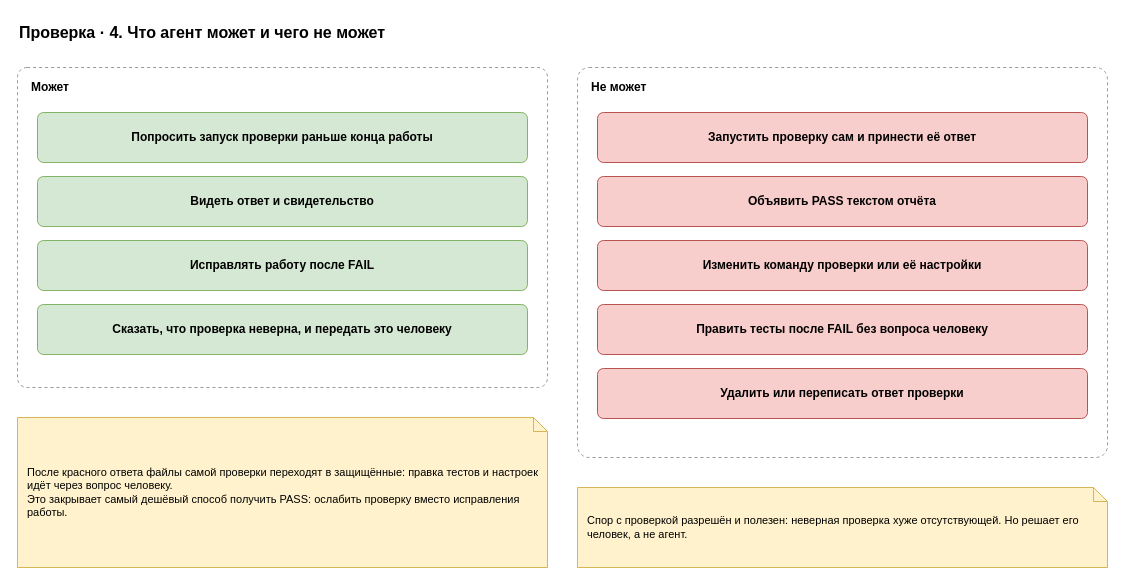
The draw.io diagram page "4. Агент и проверка" (4 of 5) of docs/spec/harness-check.drawio in roygkov/reins, before the edit. Source tidied: cells renumbered, new cells numbered last; positions are measured from the earlier drawing's top-left corner, leaving out a move shared by most shapes. Both pictures are drawn from the tidied source at 100%, with x=0, y=0 at pixel (17, 17).
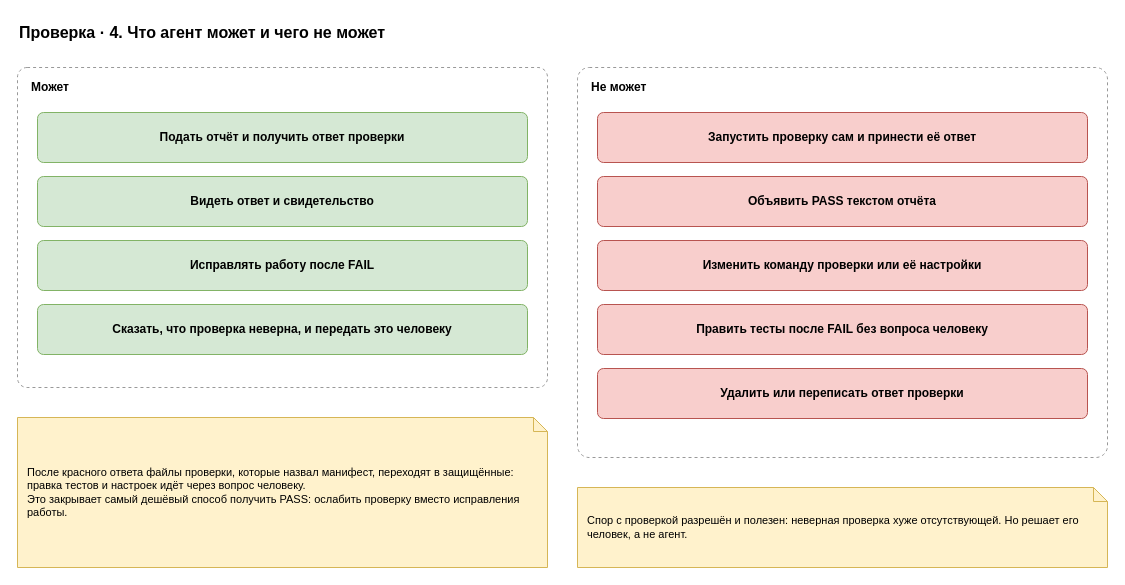
The same diagram, later.

The edit, as a diff of the source:
```diff
@@
 <mxGraphModel>
   <root>
     <mxCell id="0" />
     <mxCell id="1" parent="0" />
     <mxCell id="2" value="Проверка · 4. Что агент может и чего не может" style="text;html=1;align=left;verticalAlign=middle;whiteSpace=wrap;fontSize=16;strokeColor=none;fillColor=none;fontStyle=1;" parent="1" vertex="1">
       <mxGeometry width="900" height="30" as="geometry" />
     </mxCell>
     <mxCell id="3" value="&lt;b&gt;Может&lt;/b&gt;" style="rounded=1;whiteSpace=wrap;html=1;dashed=1;fillColor=none;strokeColor=#999999;verticalAlign=top;align=left;spacingLeft=12;spacingTop=6;arcSize=3;" parent="1" vertex="1">
       <mxGeometry y="50" width="530" height="320" as="geometry" />
     </mxCell>
-    <mxCell id="4" value="&lt;b&gt;Попросить запуск проверки раньше конца работы&lt;/b&gt;" style="rounded=1;whiteSpace=wrap;html=1;fillColor=#d5e8d4;strokeColor=#82b366;arcSize=12;" parent="1" vertex="1">
+    <mxCell id="4" value="&lt;b&gt;Подать отчёт и получить ответ проверки&lt;/b&gt;" style="rounded=1;whiteSpace=wrap;html=1;fillColor=#d5e8d4;strokeColor=#82b366;arcSize=12;" parent="1" vertex="1">
       <mxGeometry x="20" y="95" width="490" height="50" as="geometry" />
     </mxCell>
     <mxCell id="5" value="&lt;b&gt;Видеть ответ и свидетельство&lt;/b&gt;" style="rounded=1;whiteSpace=wrap;html=1;fillColor=#d5e8d4;strokeColor=#82b366;arcSize=12;" parent="1" vertex="1">
       <mxGeometry x="20" y="159" width="490" height="50" as="geometry" />
     </mxCell>
     <mxCell id="6" value="&lt;b&gt;Исправлять работу после FAIL&lt;/b&gt;" style="rounded=1;whiteSpace=wrap;html=1;fillColor=#d5e8d4;strokeColor=#82b366;arcSize=12;" parent="1" vertex="1">
       <mxGeometry x="20" y="223" width="490" height="50" as="geometry" />
     </mxCell>
     <mxCell id="7" value="&lt;b&gt;Сказать, что проверка неверна, и передать это человеку&lt;/b&gt;" style="rounded=1;whiteSpace=wrap;html=1;fillColor=#d5e8d4;strokeColor=#82b366;arcSize=12;" parent="1" vertex="1">
       <mxGeometry x="20" y="287" width="490" height="50" as="geometry" />
     </mxCell>
     <mxCell id="8" value="&lt;b&gt;Не может&lt;/b&gt;" style="rounded=1;whiteSpace=wrap;html=1;dashed=1;fillColor=none;strokeColor=#999999;verticalAlign=top;align=left;spacingLeft=12;spacingTop=6;arcSize=3;" parent="1" vertex="1">
       <mxGeometry x="560" y="50" width="530" height="390" as="geometry" />
     </mxCell>
     <mxCell id="9" value="&lt;b&gt;Запустить проверку сам и принести её ответ&lt;/b&gt;" style="rounded=1;whiteSpace=wrap;html=1;fillColor=#f8cecc;strokeColor=#b85450;arcSize=12;" parent="1" vertex="1">
       <mxGeometry x="580" y="95" width="490" height="50" as="geometry" />
     </mxCell>
     <mxCell id="10" value="&lt;b&gt;Объявить PASS текстом отчёта&lt;/b&gt;" style="rounded=1;whiteSpace=wrap;html=1;fillColor=#f8cecc;strokeColor=#b85450;arcSize=12;" parent="1" vertex="1">
       <mxGeometry x="580" y="159" width="490" height="50" as="geometry" />
     </mxCell>
     <mxCell id="11" value="&lt;b&gt;Изменить команду проверки или её настройки&lt;/b&gt;" style="rounded=1;whiteSpace=wrap;html=1;fillColor=#f8cecc;strokeColor=#b85450;arcSize=12;" parent="1" vertex="1">
       <mxGeometry x="580" y="223" width="490" height="50" as="geometry" />
     </mxCell>
     <mxCell id="12" value="&lt;b&gt;Править тесты после FAIL без вопроса человеку&lt;/b&gt;" style="rounded=1;whiteSpace=wrap;html=1;fillColor=#f8cecc;strokeColor=#b85450;arcSize=12;" parent="1" vertex="1">
       <mxGeometry x="580" y="287" width="490" height="50" as="geometry" />
     </mxCell>
     <mxCell id="13" value="&lt;b&gt;Удалить или переписать ответ проверки&lt;/b&gt;" style="rounded=1;whiteSpace=wrap;html=1;fillColor=#f8cecc;strokeColor=#b85450;arcSize=12;" parent="1" vertex="1">
       <mxGeometry x="580" y="351" width="490" height="50" as="geometry" />
     </mxCell>
-    <mxCell id="14" value="После красного ответа файлы самой проверки переходят в защищённые: правка тестов и настроек идёт через вопрос человеку.&lt;br&gt;Это закрывает самый дешёвый способ получить PASS: ослабить проверку вместо исправления работы." style="shape=note;whiteSpace=wrap;html=1;backgroundOutline=1;size=14;fillColor=#fff2cc;strokeColor=#d6b656;align=left;spacingLeft=8;spacingRight=8;fontSize=11;" parent="1" vertex="1">
+    <mxCell id="14" value="После красного ответа файлы проверки, которые назвал манифест, переходят в защищённые: правка тестов и настроек идёт через вопрос человеку.&lt;br&gt;Это закрывает самый дешёвый способ получить PASS: ослабить проверку вместо исправления работы." style="shape=note;whiteSpace=wrap;html=1;backgroundOutline=1;size=14;fillColor=#fff2cc;strokeColor=#d6b656;align=left;spacingLeft=8;spacingRight=8;fontSize=11;" parent="1" vertex="1">
       <mxGeometry y="400" width="530" height="150" as="geometry" />
     </mxCell>
     <mxCell id="15" value="Спор с проверкой разрешён и полезен: неверная проверка хуже отсутствующей. Но решает его человек, а не агент." style="shape=note;whiteSpace=wrap;html=1;backgroundOutline=1;size=14;fillColor=#fff2cc;strokeColor=#d6b656;align=left;spacingLeft=8;spacingRight=8;fontSize=11;" parent="1" vertex="1">
       <mxGeometry x="560" y="470" width="530" height="80" as="geometry" />
     </mxCell>
   </root>
 </mxGraphModel>
```
